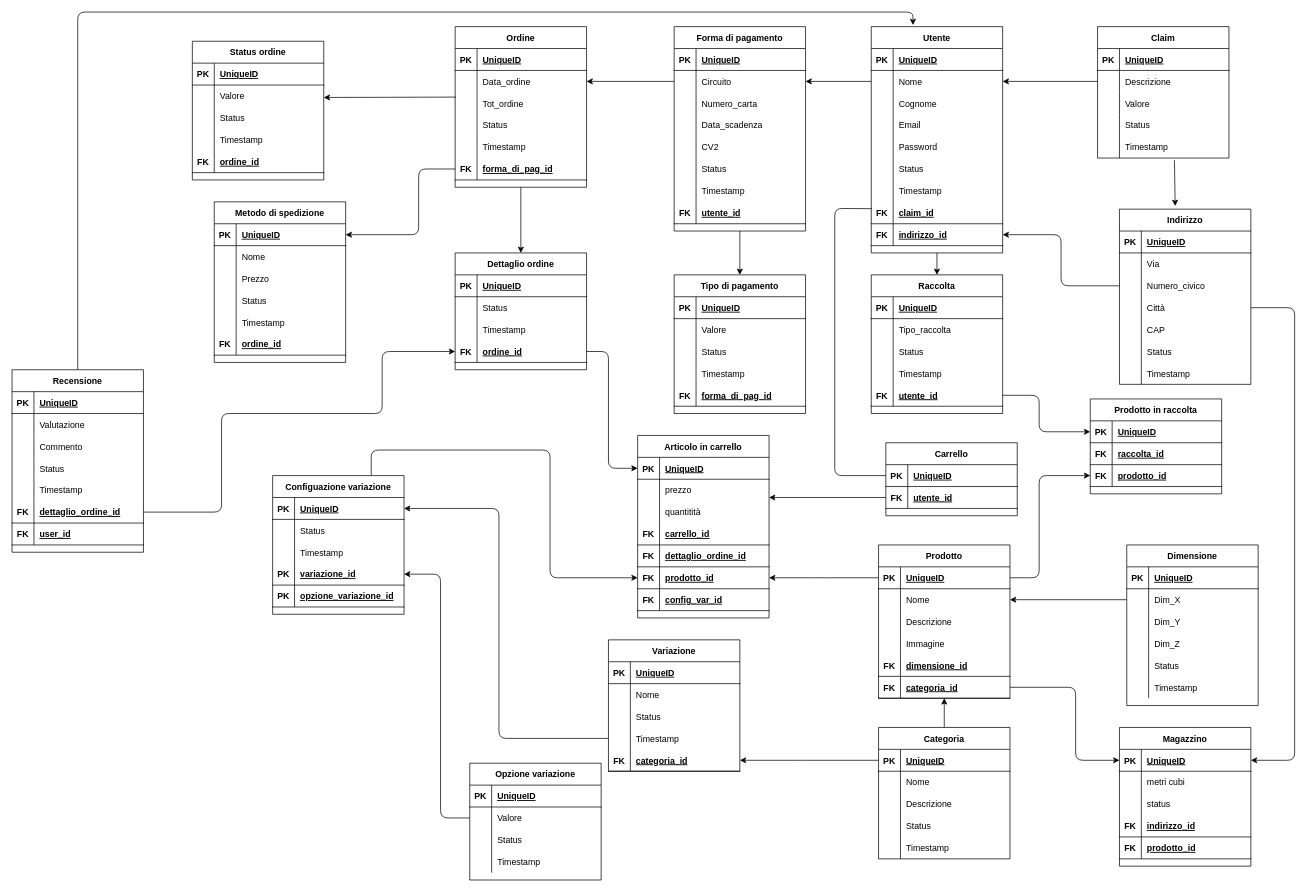
Above: doc/modello_logico.drawio in EndriDomiUni/E-commerce (draw.io), before the change. Source tidied: cells renumbered, new cells numbered last; positions are measured from the earlier drawing's top-left corner, leaving out a move shared by most shapes. Both pictures are drawn from the tidied source at 73%, with x=0, y=0 at pixel (12, 12).
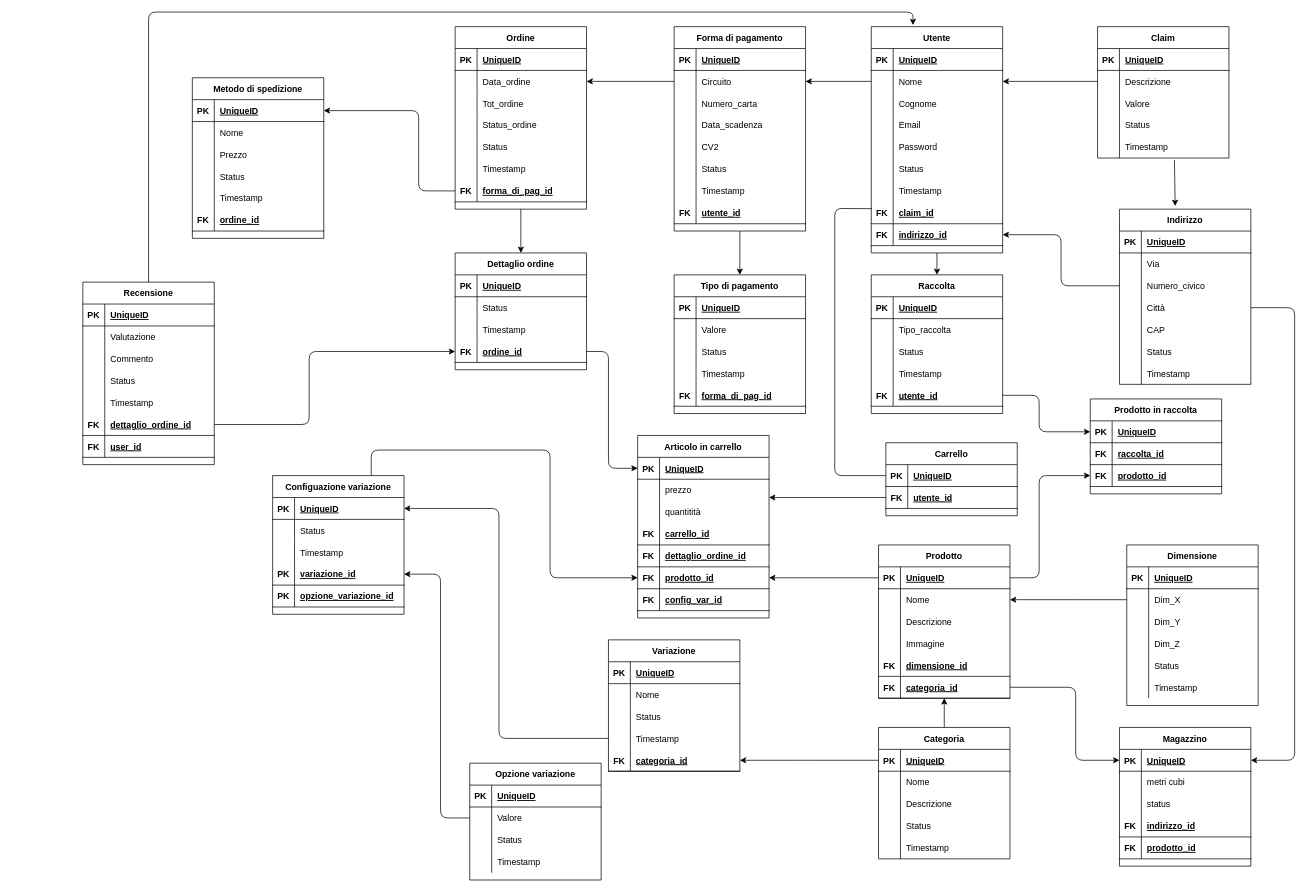
After the change.

Commit message:
Update schema_logico

Unchanged cells that the change refers to:
```xml
<mxCell id="3" value="Utente" style="shape=table;startSize=30;childLayout=tableLayout;rowLines=0;fontStyle=1;align=center;" parent="1" vertex="1">
  <mxGeometry x="1177" y="20" width="180" height="310" as="geometry" />
</mxCell>
<mxCell id="159" style="shape=partialRectangle;fillColor=none;top=0;left=0;bottom=1;right=0;points=[[0,0.5],[1,0.5]];portConstraint=eastwest;" parent="149" vertex="1">
  <mxGeometry y="120" width="180" height="30" as="geometry" />
</mxCell>
<mxCell id="163" style="shape=partialRectangle;fillColor=none;top=0;left=0;bottom=1;right=0;points=[[0,0.5],[1,0.5]];portConstraint=eastwest;" parent="162" vertex="1">
  <mxGeometry y="30" width="180" height="30" as="geometry" />
</mxCell>
<mxCell id="389" style="shape=partialRectangle;fillColor=none;top=0;left=0;bottom=1;right=0;points=[[0,0.5],[1,0.5]];portConstraint=eastwest;" parent="373" vertex="1">
  <mxGeometry y="180" width="180" height="30" as="geometry" />
</mxCell>
```

The edit, as a diff of the source:
```diff
@@
     <mxCell id="130" value="Ordine" style="shape=table;startSize=30;childLayout=tableLayout;rowLines=0;fontStyle=1;align=center;" parent="1" vertex="1">
-      <mxGeometry x="607" y="20" width="180" height="220" as="geometry" />
+      <mxGeometry x="607" y="20" width="180" height="250" as="geometry" />
     </mxCell>
@@
+    <mxCell id="189" style="shape=partialRectangle;fillColor=none;top=0;left=0;bottom=0;right=0;" parent="130" vertex="1">
+      <mxGeometry y="90" width="180" height="30" as="geometry" />
+    </mxCell>
+    <mxCell id="395" style="shape=partialRectangle;fillColor=none;top=0;left=0;bottom=0;right=0;overflow=hidden;" parent="189" vertex="1">
+      <mxGeometry width="30" height="30" as="geometry" />
+    </mxCell>
+    <mxCell id="396" value="Tot_ordine" style="shape=partialRectangle;fillColor=none;top=0;left=0;bottom=0;right=0;align=left;spacingLeft=6;overflow=hidden;" parent="189" vertex="1">
+      <mxGeometry x="30" width="150" height="30" as="geometry" />
+    </mxCell>
     <mxCell id="137" style="shape=partialRectangle;fillColor=none;top=0;left=0;bottom=0;right=0;points=[[0,0.5],[1,0.5]];portConstraint=eastwest;" parent="130" vertex="1">
-      <mxGeometry y="90" width="180" height="30" as="geometry" />
+      <mxGeometry y="120" width="180" height="30" as="geometry" />
     </mxCell>
@@
-    <mxCell id="139" value="Tot_ordine" style="shape=partialRectangle;fillColor=none;top=0;left=0;bottom=0;right=0;align=left;spacingLeft=6;overflow=hidden;" parent="137" vertex="1">
+    <mxCell id="139" value="Status_ordine" style="shape=partialRectangle;fillColor=none;top=0;left=0;bottom=0;right=0;align=left;spacingLeft=6;overflow=hidden;" parent="137" vertex="1">
       <mxGeometry x="30" width="150" height="30" as="geometry" />
     </mxCell>
     <mxCell id="140" style="shape=partialRectangle;fillColor=none;top=0;left=0;bottom=0;right=0;" parent="130" vertex="1">
-      <mxGeometry y="120" width="180" height="30" as="geometry" />
+      <mxGeometry y="150" width="180" height="30" as="geometry" />
     </mxCell>
@@
     <mxCell id="143" style="shape=partialRectangle;fillColor=none;top=0;left=0;bottom=0;right=0;" parent="130" vertex="1">
-      <mxGeometry y="150" width="180" height="30" as="geometry" />
+      <mxGeometry y="180" width="180" height="30" as="geometry" />
     </mxCell>
@@
     <mxCell id="146" style="shape=partialRectangle;fillColor=none;top=0;left=0;bottom=1;right=0;points=[[0,0.5],[1,0.5]];portConstraint=eastwest;" parent="130" vertex="1">
-      <mxGeometry y="180" width="180" height="30" as="geometry" />
+      <mxGeometry y="210" width="180" height="30" as="geometry" />
     </mxCell>
@@
     <mxCell id="162" value="Metodo di spedizione" style="shape=table;startSize=30;childLayout=tableLayout;rowLines=0;fontStyle=1;align=center;" parent="1" vertex="1">
-      <mxGeometry x="277" y="260" width="180" height="220" as="geometry" />
+      <mxGeometry x="247" y="90" width="180" height="220" as="geometry" />
     </mxCell>
@@
     <mxCell id="181" style="edgeStyle=none;html=1;exitX=0;exitY=0.5;exitDx=0;exitDy=0;entryX=1;entryY=0.5;entryDx=0;entryDy=0;endArrow=classic;endFill=1;" parent="1" edge="1" source="146" target="163">
       <mxGeometry relative="1" as="geometry">
         <Array as="points">
-          <mxPoint x="557" y="215" />
-          <mxPoint x="557" y="305" />
+          <mxPoint x="557" y="245" />
+          <mxPoint x="557" y="135" />
         </Array>
       </mxGeometry>
     </mxCell>
-    <mxCell id="182" value="Status ordine" style="shape=table;startSize=30;childLayout=tableLayout;rowLines=0;fontStyle=1;align=center;" parent="1" vertex="1">
-      <mxGeometry x="247" y="40" width="180" height="190" as="geometry" />
-    </mxCell>
-    <mxCell id="183" style="shape=partialRectangle;fillColor=none;top=0;left=0;bottom=1;right=0;" parent="182" vertex="1">
-      <mxGeometry y="30" width="180" height="30" as="geometry" />
-    </mxCell>
-    <mxCell id="184" value="PK" style="shape=partialRectangle;fillColor=none;top=0;left=0;bottom=0;right=0;fontStyle=1;overflow=hidden;" parent="183" vertex="1">
-      <mxGeometry width="30" height="30" as="geometry" />
-    </mxCell>
-    <mxCell id="185" value="UniqueID" style="shape=partialRectangle;fillColor=none;top=0;left=0;bottom=0;right=0;align=left;spacingLeft=6;fontStyle=5;overflow=hidden;" parent="183" vertex="1">
-      <mxGeometry x="30" width="150" height="30" as="geometry" />
-    </mxCell>
-    <mxCell id="186" style="shape=partialRectangle;fillColor=none;top=0;left=0;bottom=0;right=0;" parent="182" vertex="1">
-      <mxGeometry y="60" width="180" height="30" as="geometry" />
-    </mxCell>
-    <mxCell id="187" style="shape=partialRectangle;fillColor=none;top=0;left=0;bottom=0;right=0;overflow=hidden;" parent="186" vertex="1">
-      <mxGeometry width="30" height="30" as="geometry" />
-    </mxCell>
-    <mxCell id="188" value="Valore" style="shape=partialRectangle;fillColor=none;top=0;left=0;bottom=0;right=0;align=left;spacingLeft=6;overflow=hidden;" parent="186" vertex="1">
-      <mxGeometry x="30" width="150" height="30" as="geometry" />
-    </mxCell>
-    <mxCell id="189" style="shape=partialRectangle;fillColor=none;top=0;left=0;bottom=0;right=0;" parent="182" vertex="1">
-      <mxGeometry y="90" width="180" height="30" as="geometry" />
-    </mxCell>
-    <mxCell id="190" style="shape=partialRectangle;fillColor=none;top=0;left=0;bottom=0;right=0;overflow=hidden;" parent="189" vertex="1">
-      <mxGeometry width="30" height="30" as="geometry" />
-    </mxCell>
-    <mxCell id="191" value="Status" style="shape=partialRectangle;fillColor=none;top=0;left=0;bottom=0;right=0;align=left;spacingLeft=6;overflow=hidden;" parent="189" vertex="1">
-      <mxGeometry x="30" width="150" height="30" as="geometry" />
-    </mxCell>
-    <mxCell id="192" style="shape=partialRectangle;fillColor=none;top=0;left=0;bottom=0;right=0;" parent="182" vertex="1">
-      <mxGeometry y="120" width="180" height="30" as="geometry" />
-    </mxCell>
-    <mxCell id="193" style="shape=partialRectangle;fillColor=none;top=0;left=0;bottom=0;right=0;overflow=hidden;" parent="192" vertex="1">
-      <mxGeometry width="30" height="30" as="geometry" />
-    </mxCell>
-    <mxCell id="194" value="Timestamp" style="shape=partialRectangle;fillColor=none;top=0;left=0;bottom=0;right=0;align=left;spacingLeft=6;overflow=hidden;" parent="192" vertex="1">
-      <mxGeometry x="30" width="150" height="30" as="geometry" />
-    </mxCell>
-    <mxCell id="195" style="shape=partialRectangle;fillColor=none;top=0;left=0;bottom=1;right=0;" parent="182" vertex="1">
-      <mxGeometry y="150" width="180" height="30" as="geometry" />
-    </mxCell>
-    <mxCell id="196" value="FK" style="shape=partialRectangle;fillColor=none;top=0;left=0;bottom=0;right=0;fontStyle=1;overflow=hidden;" parent="195" vertex="1">
-      <mxGeometry width="30" height="30" as="geometry" />
-    </mxCell>
-    <mxCell id="197" value="ordine_id" style="shape=partialRectangle;fillColor=none;top=0;left=0;bottom=0;right=0;align=left;spacingLeft=6;fontStyle=5;overflow=hidden;" parent="195" vertex="1">
-      <mxGeometry x="30" width="150" height="30" as="geometry" />
-    </mxCell>
@@
-    <mxCell id="252" style="edgeStyle=none;html=1;exitX=0.007;exitY=0.217;exitDx=0;exitDy=0;endArrow=classic;endFill=1;exitPerimeter=0;" parent="1" edge="1" source="137">
-      <mxGeometry relative="1" as="geometry">
-        <mxPoint x="427" y="117" as="targetPoint" />
-      </mxGeometry>
-    </mxCell>
@@
-    <mxCell id="370" style="shape=partialRectangle;fillColor=none;top=0;left=0;bottom=0;right=0;overflow=hidden;gradientColor=none;sketch=0;" parent="1" vertex="1">
-      <mxGeometry x="1477" y="420" width="30" height="30" as="geometry" />
-    </mxCell>
-    <mxCell id="371" style="edgeStyle=none;html=1;entryX=0;entryY=0.5;entryDx=0;entryDy=0;exitX=1;exitY=0.5;exitDx=0;exitDy=0;" parent="1" edge="1" source="389" target="159">
-      <mxGeometry relative="1" as="geometry">
-        <Array as="points">
-          <mxPoint x="287" y="685" />
-          <mxPoint x="287" y="550" />
-          <mxPoint x="507" y="550" />
-          <mxPoint x="507" y="465" />
-        </Array>
-      </mxGeometry>
-    </mxCell>
     <mxCell id="372" style="edgeStyle=none;html=1;entryX=0.318;entryY=-0.007;entryDx=0;entryDy=0;entryPerimeter=0;" parent="1" edge="1" source="373" target="3">
       <mxGeometry relative="1" as="geometry">
         <Array as="points">
-          <mxPoint x="90" />
+          <mxPoint x="187" />
           <mxPoint x="1234" />
         </Array>
       </mxGeometry>
     </mxCell>
     <mxCell id="373" value="Recensione" style="shape=table;startSize=30;childLayout=tableLayout;rowLines=0;fontStyle=1;align=center;" parent="1" vertex="1">
-      <mxGeometry y="490" width="180" height="250" as="geometry" />
+      <mxGeometry x="97" y="370" width="180" height="250" as="geometry" />
     </mxCell>
@@
+    <mxCell id="371" style="edgeStyle=none;html=1;entryX=0;entryY=0.5;entryDx=0;entryDy=0;exitX=1;exitY=0.5;exitDx=0;exitDy=0;" parent="1" edge="1" source="389" target="159">
+      <mxGeometry relative="1" as="geometry">
+        <Array as="points">
+          <mxPoint x="407" y="565" />
+          <mxPoint x="407" y="465" />
+        </Array>
+      </mxGeometry>
+    </mxCell>
```
